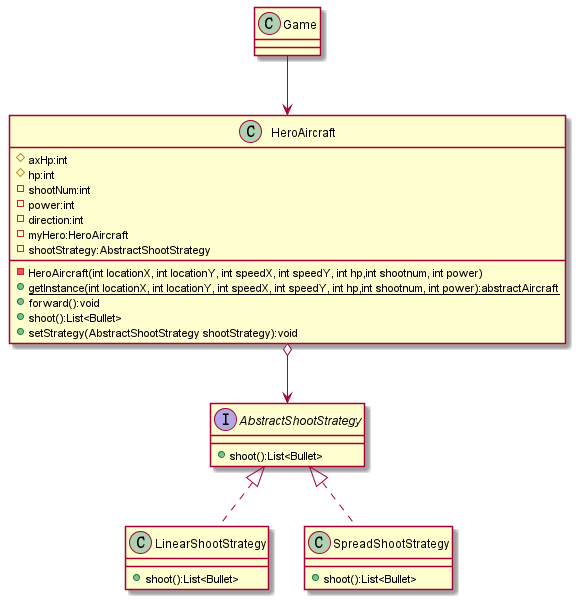
The PlantUML diagram exp1/AircraftWar-base/out/uml/HeroStrategy/HeroStrategy.png in Wu-Fisher/oop_exp_java, before a commit.
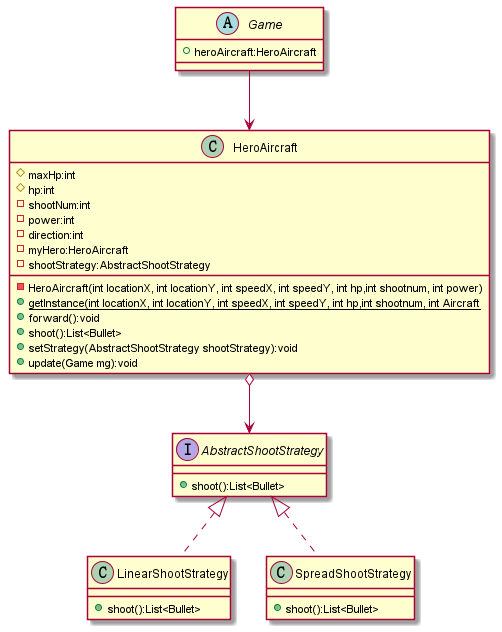
Above is the later version.

What changed in the source:
```diff
@@ -1,9 +1,10 @@
 @startuml
 
-class Game{
+abstract class Game{
++ heroAircraft:HeroAircraft
 }
 class HeroAircraft {
-    # axHp:int
+    # maxHp:int
     # hp:int
     - shootNum:int
     - power:int
@@ -11,10 +12,11 @@
     - myHero:HeroAircraft
     - shootStrategy:AbstractShootStrategy
     - HeroAircraft(int locationX, int locationY, int speedX, int speedY, int hp,int shootnum, int power)
-    + {static} getInstance(int locationX, int locationY, int speedX, int speedY, int hp,int shootnum, int power):abstractAircraft
+    + {static} getInstance(int locationX, int locationY, int speedX, int speedY, int hp,int shootnum, int Aircraft
     + forward():void
     + shoot():List<Bullet>
     + setStrategy(AbstractShootStrategy shootStrategy):void
+    + update(Game mg):void
 }
 Game-->HeroAircraft
 Interface AbstractShootStrategy {
```
